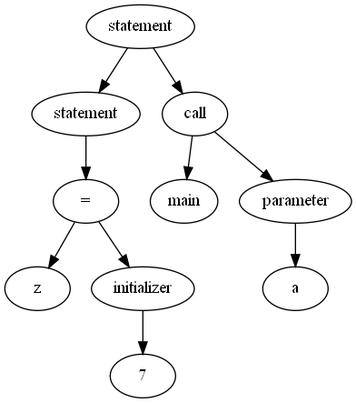
matmuher/flip-flop keeps this Graphviz diagram as russkie_alga!/parse.png. Above is the earlier version. Its source is kept beside it as russkie_alga!/parse.dot.
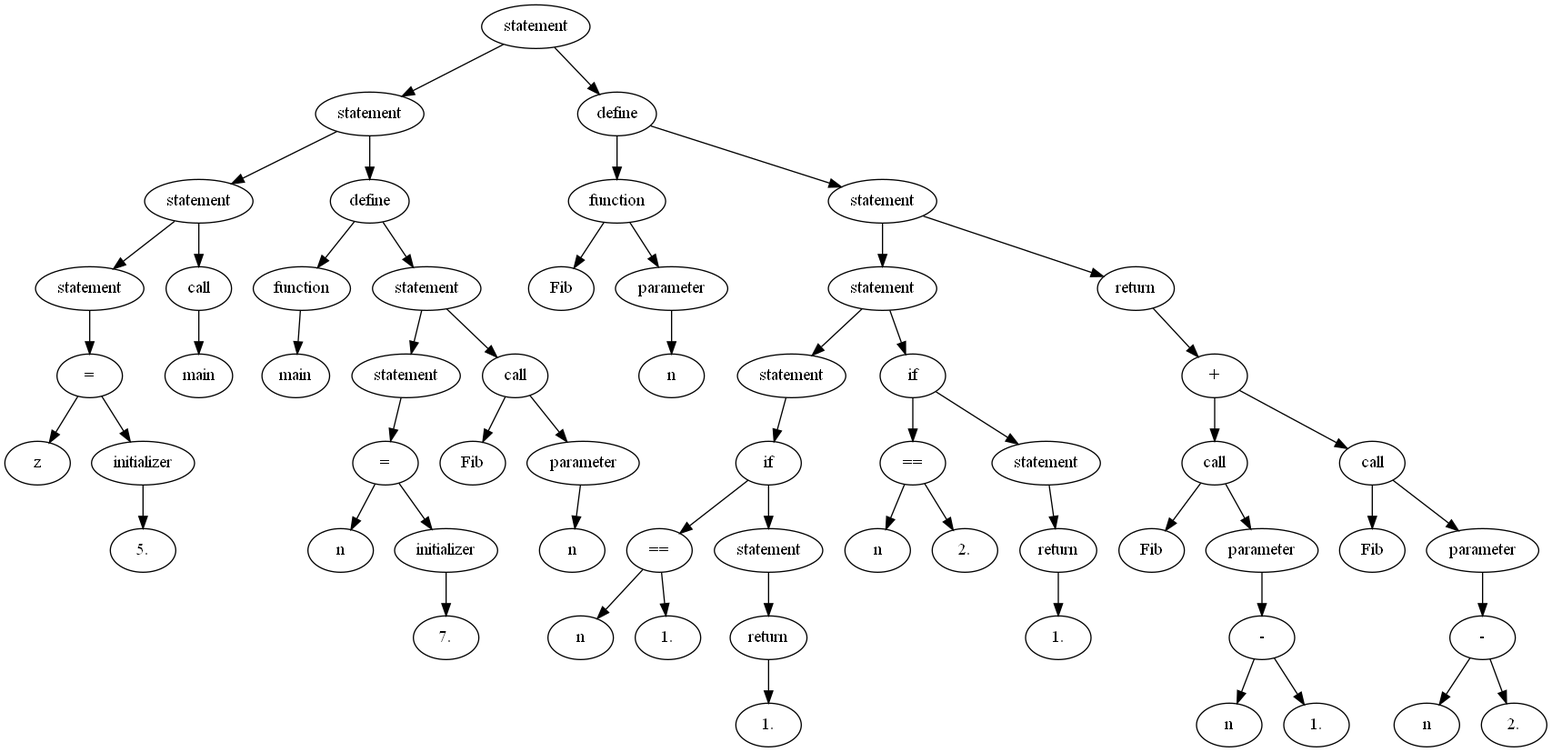
After the change.

Commit message:
+dict_shelf data structure. +return assemblying

Diff of the diagram source:
```diff
@@ -1,21 +1,119 @@
 digraph G {
-A000234F0 [label = "statement"];
-A000234F0 -> A000223E0;
-A000234F0 -> A000235A0;
-A000223E0 [label = "statement"];
-A000223E0 -> A000234C8;
-A000234C8 [label = "="];
-A000234C8 -> A00023448;
-A000234C8 -> A00023498;
-A00023448 [label = "z"];
-A00023498 [label = "initializer"];
-A00023498 -> A00023470;
-A00023470 [label = "7"];
-A000235A0 [label = "call"];
-A000235A0 -> A00023520;
-A000235A0 -> A00023548;
-A00023520 [label = "main"];
-A00023548 [label = "parameter"];
-A00023548 -> A00023578;
-A00023578 [label = "a"];
+A00B829D0 [label = "statement"];
+A00B829D0 -> A00B828B8;
+A00B829D0 -> A00B87D28;
+A00B828B8 [label = "statement"];
+A00B828B8 -> A00B80568;
+A00B828B8 -> A00B829E8;
+A00B80568 [label = "statement"];
+A00B80568 -> A00B804C0;
+A00B80568 -> A00B828A0;
+A00B804C0 [label = "statement"];
+A00B804C0 -> A00B80550;
+A00B80550 [label = "="];
+A00B80550 -> A00B804F0;
+A00B80550 -> A00B80520;
+A00B804F0 [label = "z"];
+A00B80520 [label = "initializer"];
+A00B80520 -> A00B80508;
+A00B80508 [label = "5."];
+A00B828A0 [label = "call"];
+A00B828A0 -> A00B80598;
+A00B80598 [label = "main"];
+A00B829E8 [label = "define"];
+A00B829E8 -> A00B829A0;
+A00B829E8 -> A00B82A60;
+A00B829A0 [label = "function"];
+A00B829A0 -> A00B828E8;
+A00B828E8 [label = "main"];
+A00B82A60 [label = "statement"];
+A00B82A60 -> A00B82900;
+A00B82A60 -> A00B82A30;
+A00B82900 [label = "statement"];
+A00B82900 -> A00B82AF0;
+A00B82AF0 [label = "="];
+A00B82AF0 -> A00B82AC0;
+A00B82AF0 -> A00B82AD8;
+A00B82AC0 [label = "n"];
+A00B82AD8 [label = "initializer"];
+A00B82AD8 -> A00B82A90;
+A00B82A90 [label = "7."];
+A00B82A30 [label = "call"];
+A00B82A30 -> A00B82940;
+A00B82A30 -> A00B82958;
+A00B82940 [label = "Fib"];
+A00B82958 [label = "parameter"];
+A00B82958 -> A00B82988;
+A00B82988 [label = "n"];
+A00B87D28 [label = "define"];
+A00B87D28 -> A00B87560;
+A00B87D28 -> A00B871E8;
+A00B87560 [label = "function"];
+A00B87560 -> A00B82A18;
+A00B87560 -> A00B82A48;
+A00B82A18 [label = "Fib"];
+A00B82A48 [label = "parameter"];
+A00B82A48 -> A00B87308;
+A00B87308 [label = "n"];
+A00B871E8 [label = "statement"];
+A00B871E8 -> A00B87278;
+A00B871E8 -> A00B87530;
+A00B87278 [label = "statement"];
+A00B87278 -> A00B872D8;
+A00B87278 -> A00B873F8;
+A00B872D8 [label = "statement"];
+A00B872D8 -> A00B87338;
+A00B87338 [label = "if"];
+A00B87338 -> A00B87218;
+A00B87338 -> A00B87230;
+A00B87218 [label = "=="];
+A00B87218 -> A00B872F0;
+A00B87218 -> A00B87320;
+A00B872F0 [label = "n"];
+A00B87320 [label = "1."];
+A00B87230 [label = "statement"];
+A00B87230 -> A00B87398;
+A00B87398 [label = "return"];
+A00B87398 -> A00B87248;
+A00B87248 [label = "1."];
+A00B873F8 [label = "if"];
+A00B873F8 -> A00B87440;
+A00B873F8 -> A00B873E0;
+A00B87440 [label = "=="];
+A00B87440 -> A00B87350;
+A00B87440 -> A00B87368;
+A00B87350 [label = "n"];
+A00B87368 [label = "2."];
+A00B873E0 [label = "statement"];
+A00B873E0 -> A00B872A8;
+A00B872A8 [label = "return"];
+A00B872A8 -> A00B871D0;
+A00B871D0 [label = "1."];
+A00B87530 [label = "return"];
+A00B87530 -> A00B87500;
+A00B87500 [label = "+"];
+A00B87500 -> A00B87488;
+A00B87500 -> A00B874D0;
+A00B87488 [label = "call"];
+A00B87488 -> A00B873C8;
+A00B87488 -> A00B87380;
+A00B873C8 [label = "Fib"];
+A00B87380 [label = "parameter"];
+A00B87380 -> A00B87470;
+A00B87470 [label = "-"];
+A00B87470 -> A00B87428;
+A00B87470 -> A00B87458;
+A00B87428 [label = "n"];
+A00B87458 [label = "1."];
+A00B874D0 [label = "call"];
+A00B874D0 -> A00B871A0;
+A00B874D0 -> A00B874E8;
+A00B871A0 [label = "Fib"];
+A00B874E8 [label = "parameter"];
+A00B874E8 -> A00B87518;
+A00B87518 [label = "-"];
+A00B87518 -> A00B87548;
+A00B87518 -> A00B874B8;
+A00B87548 [label = "n"];
+A00B874B8 [label = "2."];
 }
```
